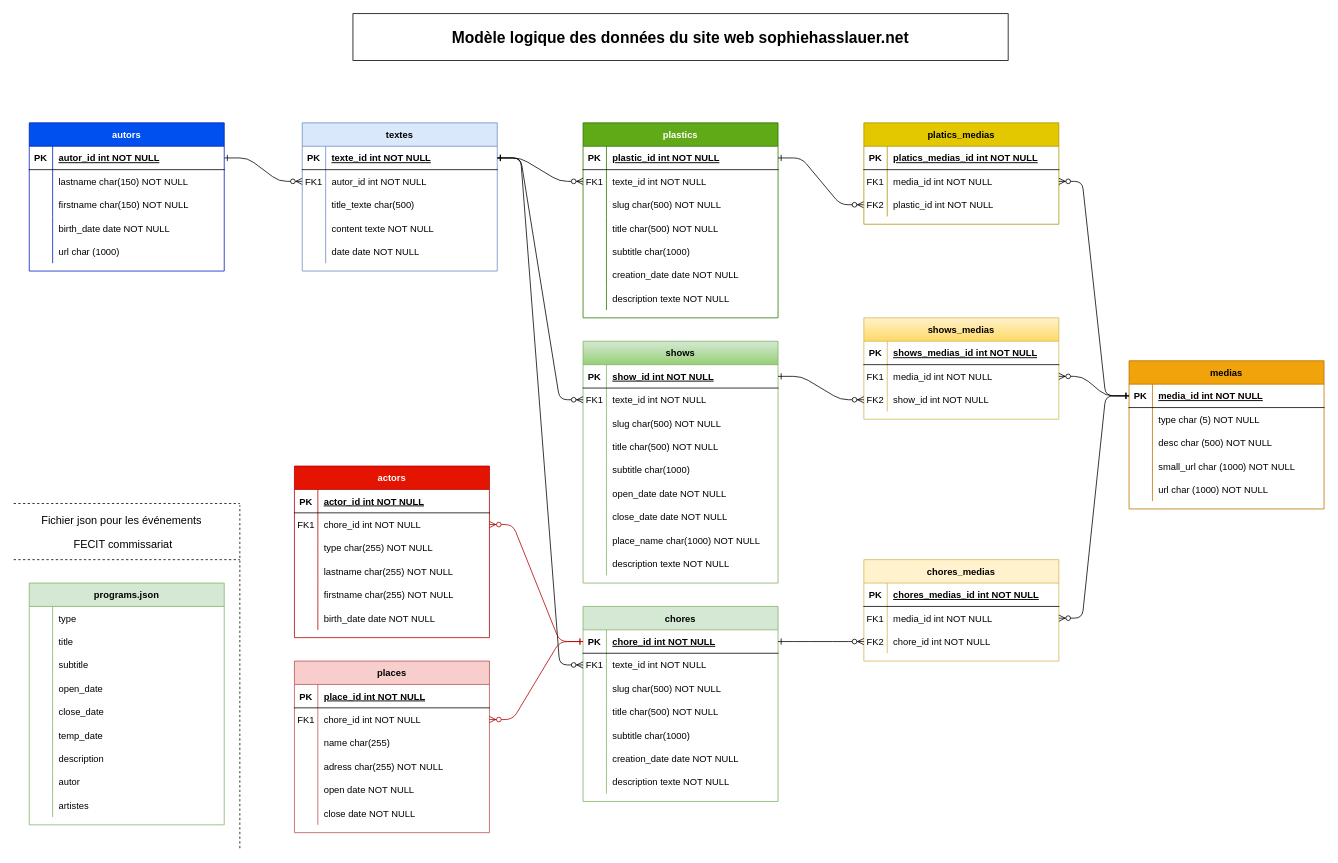
Above: sophiehasslauer_BDD_sketch.drawio in sebatease/sebatease (draw.io), before the change. Source tidied: cells renumbered, new cells numbered last; positions are measured from the earlier drawing's top-left corner, leaving out a move shared by most shapes. Both pictures are drawn from the tidied source at 78%, with x=0, y=0 at pixel (13, 13).
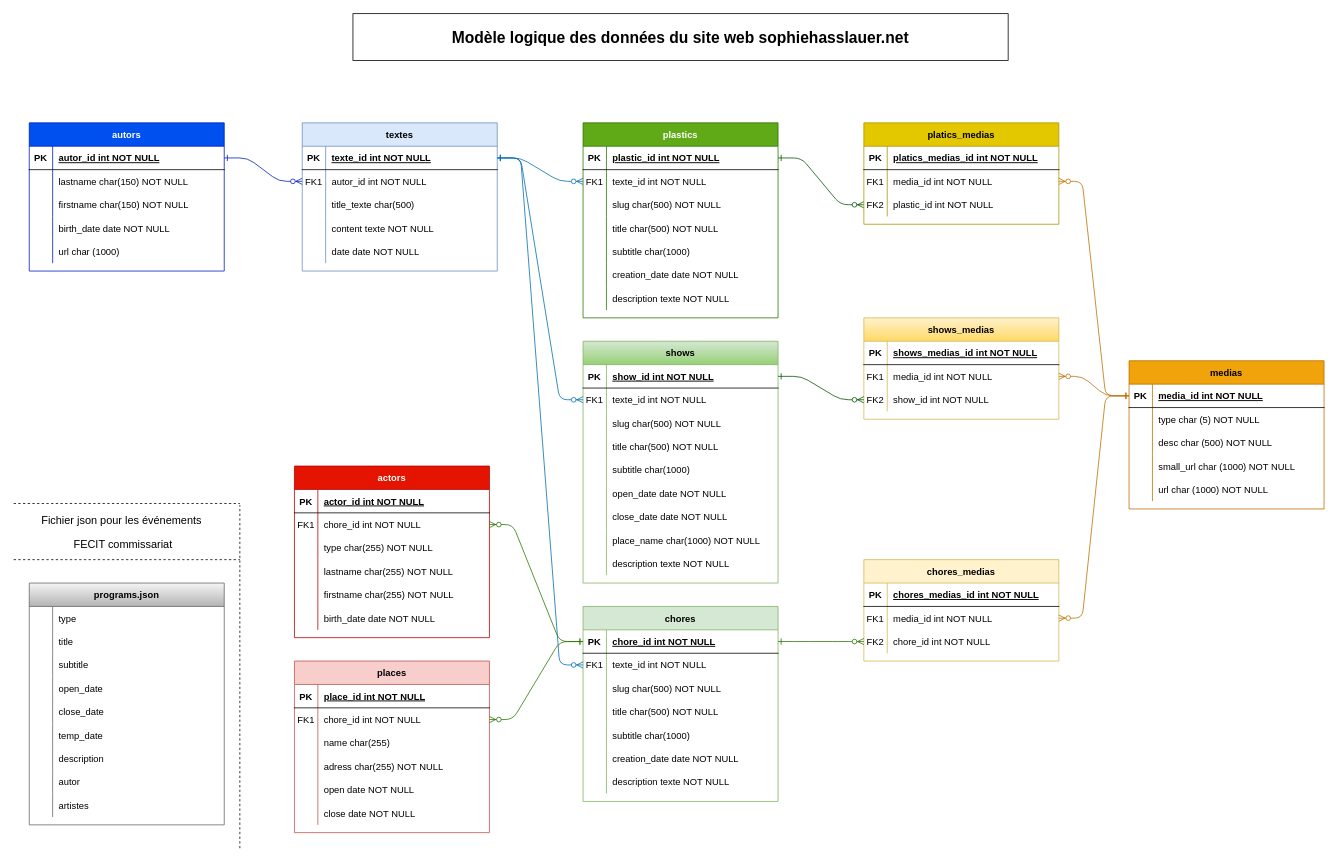
The same diagram, later.

The change refers to these unchanged cells:
```xml
<mxCell id="4" style="shape=partialRectangle;fillColor=none;points=[[0,0.5],[1,0.5]];portConstraint=eastwest;top=0;left=0;right=0;bottom=1;" parent="3" vertex="1">
  <mxGeometry y="30" width="250" height="30" as="geometry" />
</mxCell>
<mxCell id="20" style="shape=partialRectangle;fillColor=none;points=[[0,0.5],[1,0.5]];portConstraint=eastwest;top=0;left=0;right=0;bottom=1;" parent="19" vertex="1">
  <mxGeometry y="30" width="250" height="30" as="geometry" />
</mxCell>
<mxCell id="36" style="shape=partialRectangle;fillColor=none;points=[[0,0.5],[1,0.5]];portConstraint=eastwest;top=0;left=0;right=0;bottom=1;" parent="35" vertex="1">
  <mxGeometry y="30" width="250" height="30" as="geometry" />
</mxCell>
<mxCell id="39" style="shape=partialRectangle;fillColor=none;points=[[0,0.5],[1,0.5]];portConstraint=eastwest;top=0;left=0;right=0;bottom=0;" parent="35" vertex="1">
  <mxGeometry y="60" width="250" height="30" as="geometry" />
</mxCell>
<mxCell id="52" style="shape=partialRectangle;fillColor=none;points=[[0,0.5],[1,0.5]];portConstraint=eastwest;top=0;left=0;right=0;bottom=1;" parent="51" vertex="1">
  <mxGeometry y="30" width="250" height="30" as="geometry" />
</mxCell>
<mxCell id="55" style="shape=partialRectangle;fillColor=none;points=[[0,0.5],[1,0.5]];portConstraint=eastwest;top=0;left=0;right=0;bottom=0;" parent="51" vertex="1">
  <mxGeometry y="60" width="250" height="30" as="geometry" />
</mxCell>
<mxCell id="76" style="shape=partialRectangle;fillColor=none;points=[[0,0.5],[1,0.5]];portConstraint=eastwest;top=0;left=0;right=0;bottom=1;" parent="75" vertex="1">
  <mxGeometry y="30" width="250" height="30" as="geometry" />
</mxCell>
<mxCell id="79" style="shape=partialRectangle;fillColor=none;points=[[0,0.5],[1,0.5]];portConstraint=eastwest;top=0;left=0;right=0;bottom=0;" parent="75" vertex="1">
  <mxGeometry y="60" width="250" height="30" as="geometry" />
</mxCell>
<mxCell id="104" style="shape=partialRectangle;fillColor=none;points=[[0,0.5],[1,0.5]];portConstraint=eastwest;top=0;left=0;right=0;bottom=1;" parent="103" vertex="1">
  <mxGeometry y="30" width="250" height="30" as="geometry" />
</mxCell>
<mxCell id="107" style="shape=partialRectangle;fillColor=none;points=[[0,0.5],[1,0.5]];portConstraint=eastwest;top=0;left=0;right=0;bottom=0;" parent="103" vertex="1">
  <mxGeometry y="60" width="250" height="30" as="geometry" />
</mxCell>
<mxCell id="129" style="shape=partialRectangle;fillColor=none;points=[[0,0.5],[1,0.5]];portConstraint=eastwest;top=0;left=0;right=0;bottom=0;" parent="125" vertex="1">
  <mxGeometry y="60" width="250" height="30" as="geometry" />
</mxCell>
<mxCell id="132" style="shape=partialRectangle;fillColor=none;points=[[0,0.5],[1,0.5]];portConstraint=eastwest;top=0;left=0;right=0;bottom=0;" parent="125" vertex="1">
  <mxGeometry y="90" width="250" height="30" as="geometry" />
</mxCell>
<mxCell id="140" style="shape=partialRectangle;fillColor=none;points=[[0,0.5],[1,0.5]];portConstraint=eastwest;top=0;left=0;right=0;bottom=0;" parent="136" vertex="1">
  <mxGeometry y="60" width="250" height="30" as="geometry" />
</mxCell>
<mxCell id="143" style="shape=partialRectangle;fillColor=none;points=[[0,0.5],[1,0.5]];portConstraint=eastwest;top=0;left=0;right=0;bottom=0;" parent="136" vertex="1">
  <mxGeometry y="90" width="250" height="30" as="geometry" />
</mxCell>
<mxCell id="150" style="shape=partialRectangle;fillColor=none;points=[[0,0.5],[1,0.5]];portConstraint=eastwest;top=0;left=0;right=0;bottom=0;" parent="146" vertex="1">
  <mxGeometry y="60" width="250" height="30" as="geometry" />
</mxCell>
<mxCell id="153" style="shape=partialRectangle;fillColor=none;points=[[0,0.5],[1,0.5]];portConstraint=eastwest;top=0;left=0;right=0;bottom=0;" parent="146" vertex="1">
  <mxGeometry y="90" width="250" height="30" as="geometry" />
</mxCell>
<mxCell id="200" style="shape=partialRectangle;fillColor=none;points=[[0,0.5],[1,0.5]];portConstraint=eastwest;top=0;left=0;right=0;bottom=0;" parent="196" vertex="1">
  <mxGeometry y="60" width="250" height="30" as="geometry" />
</mxCell>
<mxCell id="219" style="shape=partialRectangle;fillColor=none;points=[[0,0.5],[1,0.5]];portConstraint=eastwest;top=0;left=0;right=0;bottom=0;" parent="215" vertex="1">
  <mxGeometry y="60" width="250" height="30" as="geometry" />
</mxCell>
```

Diff of the diagram source:
```diff
@@
-    <mxCell id="2" style="edgeStyle=entityRelationEdgeStyle;endArrow=ERzeroToMany;startArrow=ERone;endFill=1;startFill=0;entryX=0;entryY=0.5;entryDx=0;entryDy=0;" parent="1" edge="1" source="20" target="39">
+    <mxCell id="2" style="edgeStyle=entityRelationEdgeStyle;endArrow=ERzeroToMany;startArrow=ERone;endFill=1;startFill=0;entryX=0;entryY=0.5;entryDx=0;entryDy=0;fillColor=#0050ef;strokeColor=#001DBC;" parent="1" edge="1" source="20" target="39">
       <mxGeometry relative="1" as="geometry" />
     </mxCell>
@@
-    <mxCell id="73" style="edgeStyle=entityRelationEdgeStyle;endArrow=ERzeroToMany;startArrow=ERone;endFill=1;startFill=0;entryX=0;entryY=0.5;entryDx=0;entryDy=0;exitX=1;exitY=0.5;exitDx=0;exitDy=0;" parent="1" edge="1" source="52" target="132">
+    <mxCell id="73" style="edgeStyle=entityRelationEdgeStyle;endArrow=ERzeroToMany;startArrow=ERone;endFill=1;startFill=0;entryX=0;entryY=0.5;entryDx=0;entryDy=0;exitX=1;exitY=0.5;exitDx=0;exitDy=0;fillColor=#008a00;strokeColor=#005700;" parent="1" edge="1" source="52" target="132">
       <mxGeometry relative="1" as="geometry" />
     </mxCell>
@@
-    <mxCell id="135" style="edgeStyle=entityRelationEdgeStyle;endArrow=ERzeroToMany;startArrow=ERone;endFill=1;startFill=0;entryX=1;entryY=0.5;entryDx=0;entryDy=0;exitX=0;exitY=0.5;exitDx=0;exitDy=0;" parent="1" edge="1" source="4" target="129">
+    <mxCell id="135" style="edgeStyle=entityRelationEdgeStyle;endArrow=ERzeroToMany;startArrow=ERone;endFill=1;startFill=0;entryX=1;entryY=0.5;entryDx=0;entryDy=0;exitX=0;exitY=0.5;exitDx=0;exitDy=0;fillColor=#f0a30a;strokeColor=#BD7000;" parent="1" edge="1" source="4" target="129">
       <mxGeometry relative="1" as="geometry" />
     </mxCell>
@@
-    <mxCell id="156" style="edgeStyle=entityRelationEdgeStyle;endArrow=ERzeroToMany;startArrow=ERone;endFill=1;startFill=0;entryX=1;entryY=0.5;entryDx=0;entryDy=0;exitX=0;exitY=0.5;exitDx=0;exitDy=0;" parent="1" edge="1" source="4" target="140">
+    <mxCell id="156" style="edgeStyle=entityRelationEdgeStyle;endArrow=ERzeroToMany;startArrow=ERone;endFill=1;startFill=0;entryX=1;entryY=0.5;entryDx=0;entryDy=0;exitX=0;exitY=0.5;exitDx=0;exitDy=0;fillColor=#f0a30a;strokeColor=#BD7000;" parent="1" edge="1" source="4" target="140">
       <mxGeometry relative="1" as="geometry" />
     </mxCell>
-    <mxCell id="157" style="edgeStyle=entityRelationEdgeStyle;endArrow=ERzeroToMany;startArrow=ERone;endFill=1;startFill=0;entryX=0;entryY=0.5;entryDx=0;entryDy=0;exitX=1;exitY=0.5;exitDx=0;exitDy=0;" parent="1" edge="1" source="76" target="143">
+    <mxCell id="157" style="edgeStyle=entityRelationEdgeStyle;endArrow=ERzeroToMany;startArrow=ERone;endFill=1;startFill=0;entryX=0;entryY=0.5;entryDx=0;entryDy=0;exitX=1;exitY=0.5;exitDx=0;exitDy=0;fillColor=#008a00;strokeColor=#005700;" parent="1" edge="1" source="76" target="143">
       <mxGeometry relative="1" as="geometry" />
     </mxCell>
-    <mxCell id="158" style="edgeStyle=entityRelationEdgeStyle;endArrow=ERzeroToMany;startArrow=ERone;endFill=1;startFill=0;entryX=0;entryY=0.5;entryDx=0;entryDy=0;exitX=1;exitY=0.5;exitDx=0;exitDy=0;" parent="1" edge="1" source="104" target="153">
+    <mxCell id="158" style="edgeStyle=entityRelationEdgeStyle;endArrow=ERzeroToMany;startArrow=ERone;endFill=1;startFill=0;entryX=0;entryY=0.5;entryDx=0;entryDy=0;exitX=1;exitY=0.5;exitDx=0;exitDy=0;fillColor=#60a917;strokeColor=#2D7600;" parent="1" edge="1" source="104" target="153">
       <mxGeometry relative="1" as="geometry" />
     </mxCell>
-    <mxCell id="159" style="edgeStyle=entityRelationEdgeStyle;endArrow=ERzeroToMany;startArrow=ERone;endFill=1;startFill=0;entryX=1;entryY=0.5;entryDx=0;entryDy=0;exitX=0;exitY=0.5;exitDx=0;exitDy=0;" parent="1" edge="1" source="4" target="150">
+    <mxCell id="159" style="edgeStyle=entityRelationEdgeStyle;endArrow=ERzeroToMany;startArrow=ERone;endFill=1;startFill=0;entryX=1;entryY=0.5;entryDx=0;entryDy=0;exitX=0;exitY=0.5;exitDx=0;exitDy=0;fillColor=#f0a30a;strokeColor=#BD7000;" parent="1" edge="1" source="4" target="150">
       <mxGeometry relative="1" as="geometry" />
     </mxCell>
-    <mxCell id="160" style="edgeStyle=entityRelationEdgeStyle;endArrow=ERzeroToMany;startArrow=ERone;endFill=1;startFill=0;entryX=0;entryY=0.5;entryDx=0;entryDy=0;exitX=1;exitY=0.5;exitDx=0;exitDy=0;" parent="1" edge="1" source="36" target="55">
+    <mxCell id="160" style="edgeStyle=entityRelationEdgeStyle;endArrow=ERzeroToMany;startArrow=ERone;endFill=1;startFill=0;entryX=0;entryY=0.5;entryDx=0;entryDy=0;exitX=1;exitY=0.5;exitDx=0;exitDy=0;fillColor=#1ba1e2;strokeColor=#006EAF;" parent="1" edge="1" source="36" target="55">
       <mxGeometry relative="1" as="geometry" />
     </mxCell>
-    <mxCell id="161" style="edgeStyle=entityRelationEdgeStyle;endArrow=ERzeroToMany;startArrow=ERone;endFill=1;startFill=0;entryX=0;entryY=0.5;entryDx=0;entryDy=0;exitX=1;exitY=0.5;exitDx=0;exitDy=0;" parent="1" edge="1" source="36" target="79">
+    <mxCell id="161" style="edgeStyle=entityRelationEdgeStyle;endArrow=ERzeroToMany;startArrow=ERone;endFill=1;startFill=0;entryX=0;entryY=0.5;entryDx=0;entryDy=0;exitX=1;exitY=0.5;exitDx=0;exitDy=0;fillColor=#1ba1e2;strokeColor=#006EAF;" parent="1" edge="1" source="36" target="79">
       <mxGeometry relative="1" as="geometry" />
     </mxCell>
-    <mxCell id="162" style="edgeStyle=entityRelationEdgeStyle;endArrow=ERzeroToMany;startArrow=ERone;endFill=1;startFill=0;entryX=0;entryY=0.5;entryDx=0;entryDy=0;exitX=1;exitY=0.5;exitDx=0;exitDy=0;" parent="1" edge="1" source="36" target="107">
+    <mxCell id="162" style="edgeStyle=entityRelationEdgeStyle;endArrow=ERzeroToMany;startArrow=ERone;endFill=1;startFill=0;entryX=0;entryY=0.5;entryDx=0;entryDy=0;exitX=1;exitY=0.5;exitDx=0;exitDy=0;fillColor=#1ba1e2;strokeColor=#006EAF;" parent="1" edge="1" source="36" target="107">
       <mxGeometry relative="1" as="geometry" />
     </mxCell>
@@
-    <mxCell id="168" value="programs.json" style="shape=table;startSize=30;childLayout=tableLayout;rowLines=0;fontStyle=1;align=center;fillColor=#d5e8d4;strokeColor=#82b366;" parent="1" vertex="1">
+    <mxCell id="168" value="programs.json" style="shape=table;startSize=30;childLayout=tableLayout;rowLines=0;fontStyle=1;align=center;fillColor=#f5f5f5;strokeColor=#666666;gradientColor=#b3b3b3;" parent="1" vertex="1">
       <mxGeometry x="20" y="730" width="250" height="310" as="geometry" />
     </mxCell>
@@
-    <mxCell id="234" style="edgeStyle=entityRelationEdgeStyle;endArrow=ERzeroToMany;startArrow=ERone;endFill=1;startFill=0;entryX=1;entryY=0.5;entryDx=0;entryDy=0;exitX=0;exitY=0.5;exitDx=0;exitDy=0;fillColor=#e51400;strokeColor=#B20000;" parent="1" edge="1" source="104" target="219">
+    <mxCell id="234" style="edgeStyle=entityRelationEdgeStyle;endArrow=ERzeroToMany;startArrow=ERone;endFill=1;startFill=0;entryX=1;entryY=0.5;entryDx=0;entryDy=0;exitX=0;exitY=0.5;exitDx=0;exitDy=0;fillColor=#60a917;strokeColor=#2D7600;" parent="1" edge="1" source="104" target="219">
       <mxGeometry relative="1" as="geometry" />
     </mxCell>
-    <mxCell id="235" style="edgeStyle=entityRelationEdgeStyle;endArrow=ERzeroToMany;startArrow=ERone;endFill=1;startFill=0;entryX=1;entryY=0.5;entryDx=0;entryDy=0;fillColor=#e51400;strokeColor=#B20000;exitX=0;exitY=0.5;exitDx=0;exitDy=0;" parent="1" edge="1" source="104" target="200">
+    <mxCell id="235" style="edgeStyle=entityRelationEdgeStyle;endArrow=ERzeroToMany;startArrow=ERone;endFill=1;startFill=0;entryX=1;entryY=0.5;entryDx=0;entryDy=0;fillColor=#60a917;strokeColor=#2D7600;exitX=0;exitY=0.5;exitDx=0;exitDy=0;" parent="1" edge="1" source="104" target="200">
       <mxGeometry relative="1" as="geometry" />
     </mxCell>
```
